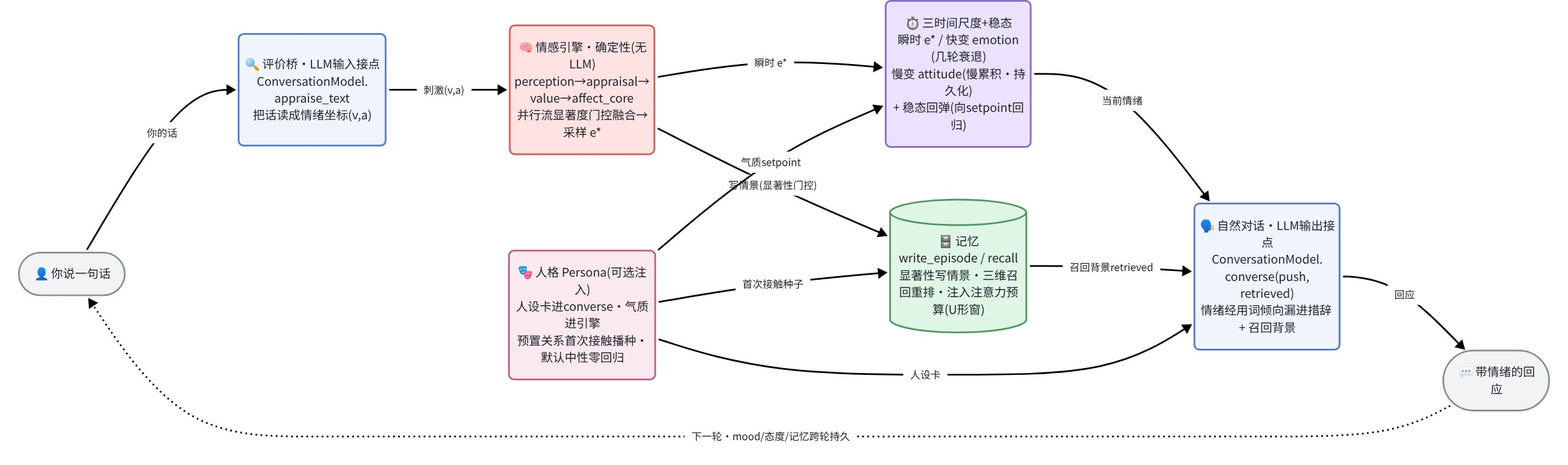
The Mermaid diagram docs/v2/runtime-flow.png in WizardHeHeJun/Zero, before a commit. Its source is kept beside it as docs/v2/runtime-flow.mmd. The source it was exported from:
```mermaid
flowchart LR
  user(["👤 你说一句话"]):::terminal
  appraise["🔍 评价桥·LLM输入接点<br/>ConversationModel.appraise_text<br/>把话读成情绪坐标(v,a)"]:::appraise
  engine["🧠 情感引擎·确定性(无LLM)<br/>perception→appraisal→value→affect_core<br/>并行流显著度门控融合→采样 e*"]:::engine
  timescales["⏱️ 三时间尺度+稳态<br/>瞬时 e* / 快变 emotion(几轮衰退)<br/>慢变 attitude(慢累积·持久化)<br/>+ 稳态回弹(向setpoint回归)"]:::timescale
  converse["🗣️ 自然对话·LLM输出接点<br/>ConversationModel.converse(push,retrieved)<br/>情绪经用词倾向漏进措辞 + 召回背景"]:::language
  persona["🎭 人格 Persona(可选注入)<br/>人设卡进converse·气质进引擎<br/>预置关系首次接触播种·默认中性零回归"]:::persona
  memory[("🗄️ 记忆<br/>write_episode / recall<br/>显著性写情景·三维召回重排·注入注意力预算(U形窗)")]:::memory
  reply(["💬 带情绪的回应"]):::terminal

  user -->|"你的话"| appraise
  appraise -->|"刺激(v,a)"| engine
  engine -->|"瞬时 e*"| timescales
  timescales -->|"当前情绪"| converse
  converse -->|"回应"| reply
  engine -->|"写情景(显著性门控)"| memory
  memory -->|"召回背景retrieved"| converse
  persona -->|"人设卡"| converse
  persona -->|"气质setpoint"| timescales
  persona -->|"首次接触种子"| memory
  reply -.->|"下一轮·mood/态度/记忆跨轮持久"| user

  classDef terminal fill:#F1F3F5,stroke:#868E96,color:#1F2329
  classDef appraise fill:#F0F4FC,stroke:#5178C6,color:#1F2329
  classDef engine fill:#FEE3E2,stroke:#D25D5A,color:#1F2329
  classDef timescale fill:#EAE2FE,stroke:#8569CB,color:#1F2329
  classDef language fill:#F0F4FC,stroke:#5178C6,color:#1F2329
  classDef persona fill:#FBE9F0,stroke:#C45D8B,color:#1F2329
  classDef memory fill:#DFF5E5,stroke:#509863,color:#1F2329
```
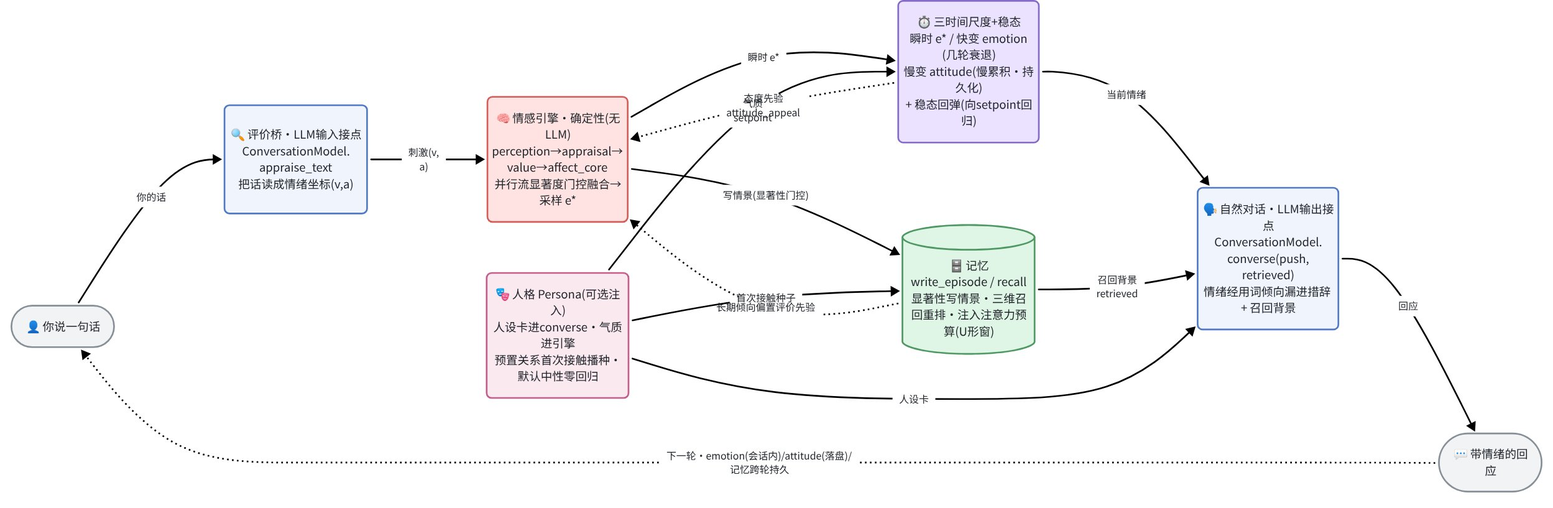
Later version of the same file.

What changed in the source:
```diff
@@ -18,7 +18,9 @@
   persona -->|"人设卡"| converse
   persona -->|"气质setpoint"| timescales
   persona -->|"首次接触种子"| memory
-  reply -.->|"下一轮·mood/态度/记忆跨轮持久"| user
+  memory -.->|"长期倾向偏置评价先验"| engine
+  timescales -.->|"态度先验attitude_appeal"| engine
+  reply -.->|"下一轮·emotion(会话内)/attitude(落盘)/记忆跨轮持久"| user
 
   classDef terminal fill:#F1F3F5,stroke:#868E96,color:#1F2329
   classDef appraise fill:#F0F4FC,stroke:#5178C6,color:#1F2329
```
